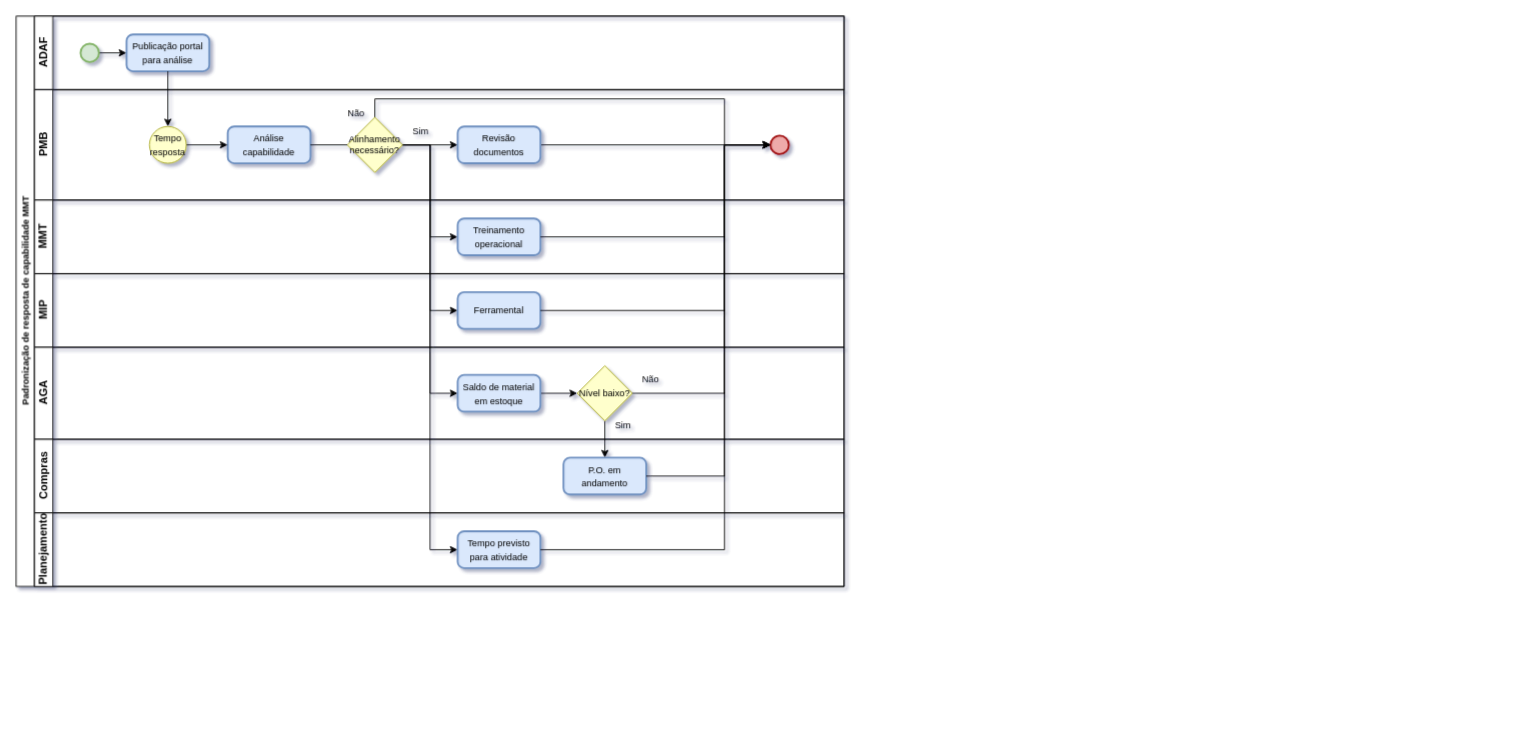
Before: Untitled Diagram.drawio in Willian-BC/Draw, a draw.io diagram. Source tidied: cells renumbered, new cells numbered last; positions are measured from the earlier drawing's top-left corner, leaving out a move shared by most shapes. Both pictures are drawn from the tidied source at 92%, with x=0, y=0 at pixel (16, 16).
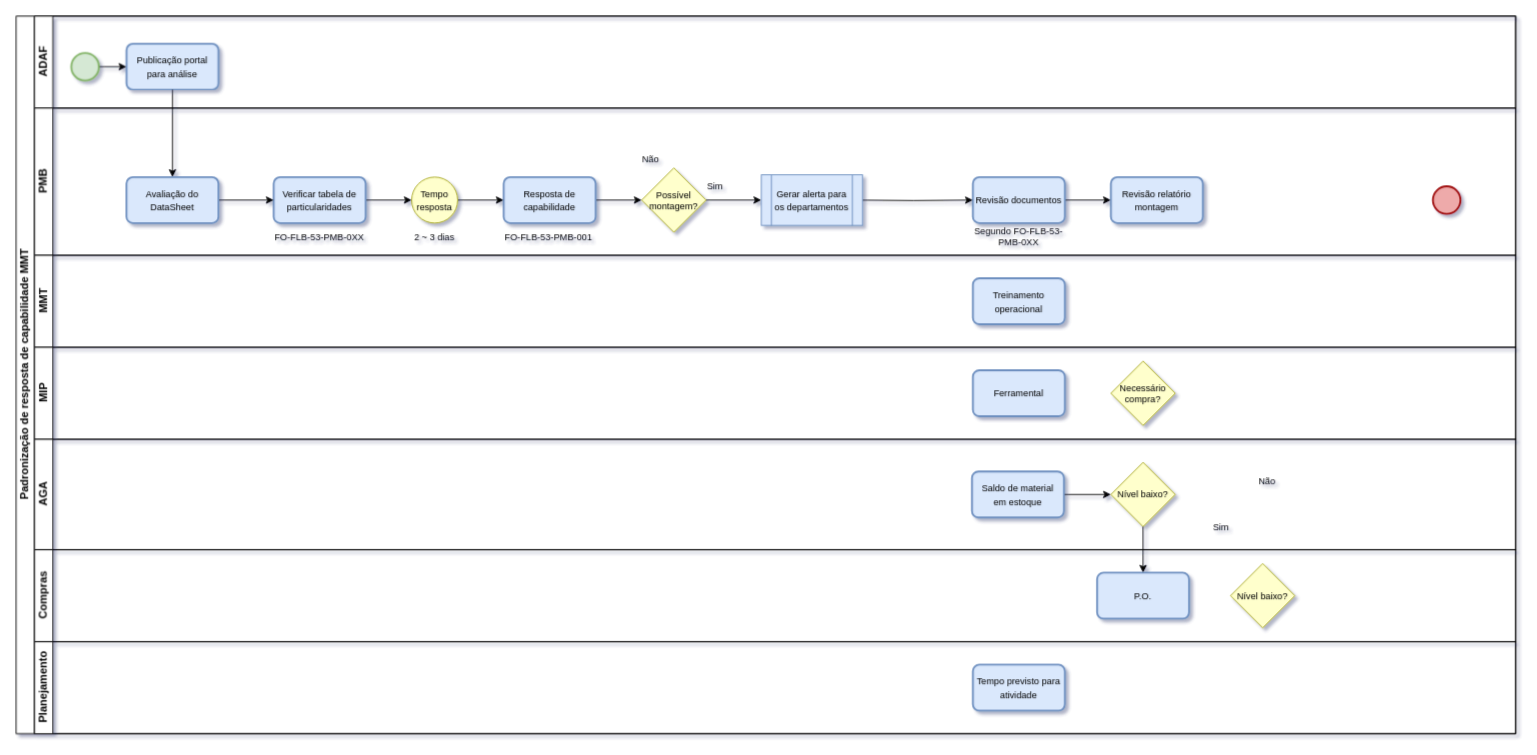
The same page after the edit.

Change to the diagram source:
```diff
@@
-    <mxCell id="2" value="Padronização de resposta de capabilidade MMT" style="swimlane;horizontal=0;startSize=20;html=1;rounded=0;fontSize=10;" parent="1" vertex="1">
-      <mxGeometry width="900" height="620" as="geometry" />
+    <mxCell id="2" value="&lt;font style=&quot;font-size: 12px;&quot;&gt;Padronização de resposta de capabilidade MMT&lt;/font&gt;" style="swimlane;horizontal=0;startSize=20;html=1;rounded=0;fontSize=10;" parent="1" vertex="1">
+      <mxGeometry width="1630" height="780" as="geometry" />
     </mxCell>
     <mxCell id="3" value="ADAF" style="swimlane;startSize=20;horizontal=0;html=1;rounded=0;" parent="2" vertex="1">
-      <mxGeometry x="20" width="880" height="80" as="geometry" />
+      <mxGeometry x="20" width="1610" height="100" as="geometry" />
     </mxCell>
@@
     <mxCell id="5" style="strokeWidth=2;html=1;shape=mxgraph.flowchart.start_2;whiteSpace=wrap;fillColor=#d5e8d4;strokeColor=#82b366;" parent="3" vertex="1">
-      <mxGeometry x="50" y="30" width="20" height="20" as="geometry" />
+      <mxGeometry x="40" y="40" width="30" height="30" as="geometry" />
     </mxCell>
     <mxCell id="6" value="&lt;span style=&quot;font-size: 10px;&quot;&gt;Publicação portal para análise&lt;br&gt;&lt;/span&gt;" style="rounded=1;whiteSpace=wrap;html=1;absoluteArcSize=1;arcSize=14;strokeWidth=2;fillColor=#dae8fc;strokeColor=#6c8ebf;" parent="3" vertex="1">
-      <mxGeometry x="100" y="20" width="90" height="40" as="geometry" />
+      <mxGeometry x="100" y="30" width="100" height="50" as="geometry" />
     </mxCell>
-    <mxCell id="7" style="edgeStyle=orthogonalEdgeStyle;rounded=0;jettySize=auto;html=1;exitX=1;exitY=0.5;exitDx=0;exitDy=0;entryX=0;entryY=0.5;entryDx=0;entryDy=0;fontSize=10;" parent="2" edge="1" source="21" target="27">
-      <mxGeometry relative="1" as="geometry" />
-    </mxCell>
-    <mxCell id="8" style="edgeStyle=orthogonalEdgeStyle;rounded=0;jettySize=auto;html=1;exitX=1;exitY=0.5;exitDx=0;exitDy=0;entryX=0;entryY=0.5;entryDx=0;entryDy=0;fontSize=10;" parent="2" edge="1" source="21" target="29">
-      <mxGeometry relative="1" as="geometry" />
-    </mxCell>
-    <mxCell id="9" style="edgeStyle=orthogonalEdgeStyle;rounded=0;jettySize=auto;html=1;exitX=1;exitY=0.5;exitDx=0;exitDy=0;entryX=0;entryY=0.5;entryDx=0;entryDy=0;fontSize=10;" parent="2" edge="1" source="21" target="32">
-      <mxGeometry relative="1" as="geometry" />
-    </mxCell>
-    <mxCell id="10" style="edgeStyle=orthogonalEdgeStyle;rounded=0;jettySize=auto;html=1;exitX=1;exitY=0.5;exitDx=0;exitDy=0;entryX=0;entryY=0.5;entryDx=0;entryDy=0;fontSize=10;" parent="2" edge="1" source="21" target="39">
-      <mxGeometry relative="1" as="geometry" />
-    </mxCell>
-    <mxCell id="11" style="edgeStyle=orthogonalEdgeStyle;rounded=0;jettySize=auto;html=1;exitX=0.5;exitY=1;exitDx=0;exitDy=0;entryX=0.5;entryY=0;entryDx=0;entryDy=0;fontSize=10;" parent="2" edge="1" source="6" target="19">
+    <mxCell id="11" style="edgeStyle=orthogonalEdgeStyle;rounded=0;jettySize=auto;html=1;exitX=0.5;exitY=1;exitDx=0;exitDy=0;fontSize=10;entryX=0.5;entryY=0;entryDx=0;entryDy=0;" parent="2" edge="1" source="6" target="51">
       <mxGeometry relative="1" as="geometry" />
     </mxCell>
-    <mxCell id="12" style="edgeStyle=orthogonalEdgeStyle;rounded=0;jettySize=auto;html=1;exitX=0.5;exitY=1;exitDx=0;exitDy=0;entryX=0.5;entryY=0;entryDx=0;entryDy=0;fontSize=10;" parent="2" edge="1" source="33" target="37">
-      <mxGeometry relative="1" as="geometry" />
-    </mxCell>
     <mxCell id="13" value="PMB" style="swimlane;startSize=20;horizontal=0;html=1;rounded=0;" parent="2" vertex="1">
-      <mxGeometry x="20" y="80" width="880" height="120" as="geometry" />
+      <mxGeometry x="20" y="100" width="1610" height="160" as="geometry" />
     </mxCell>
-    <mxCell id="14" style="edgeStyle=orthogonalEdgeStyle;rounded=0;jettySize=auto;html=1;exitX=1;exitY=0.5;exitDx=0;exitDy=0;entryX=0;entryY=0.5;entryDx=0;entryDy=0;fontSize=10;startArrow=none;" parent="13" edge="1" source="21" target="17">
-      <mxGeometry relative="1" as="geometry" />
+    <mxCell id="14" style="edgeStyle=orthogonalEdgeStyle;rounded=0;jettySize=auto;html=1;entryX=0;entryY=0.5;entryDx=0;entryDy=0;fontSize=10;startArrow=none;exitX=1;exitY=0.5;exitDx=0;exitDy=0;" parent="13" edge="1" target="17">
+      <mxGeometry relative="1" as="geometry">
+        <mxPoint x="890" y="100" as="sourcePoint" />
+      </mxGeometry>
     </mxCell>
-    <mxCell id="15" value="&lt;font style=&quot;font-size: 10px;&quot;&gt;Análise capabilidade&lt;/font&gt;" style="rounded=1;whiteSpace=wrap;html=1;absoluteArcSize=1;arcSize=14;strokeWidth=2;fillColor=#dae8fc;strokeColor=#6c8ebf;" parent="13" vertex="1">
-      <mxGeometry x="210" y="40" width="90" height="40" as="geometry" />
-    </mxCell>
-    <mxCell id="16" style="edgeStyle=orthogonalEdgeStyle;rounded=0;jettySize=auto;html=1;exitX=1;exitY=0.5;exitDx=0;exitDy=0;entryX=0;entryY=0.5;entryDx=0;entryDy=0;entryPerimeter=0;fontSize=10;" parent="13" edge="1" source="17" target="24">
-      <mxGeometry relative="1" as="geometry" />
-    </mxCell>
+    <mxCell id="45" style="edgeStyle=orthogonalEdgeStyle;rounded=0;jettySize=auto;html=1;exitX=1;exitY=0.5;exitDx=0;exitDy=0;entryX=0;entryY=0.5;entryDx=0;entryDy=0;" parent="13" edge="1" source="17" target="47">
+      <mxGeometry relative="1" as="geometry" />
+    </mxCell>
     <mxCell id="17" value="&lt;font style=&quot;font-size: 10px;&quot;&gt;Revisão documentos&lt;/font&gt;" style="rounded=1;whiteSpace=wrap;html=1;absoluteArcSize=1;arcSize=14;strokeWidth=2;fillColor=#dae8fc;strokeColor=#6c8ebf;" parent="13" vertex="1">
-      <mxGeometry x="460" y="40" width="90" height="40" as="geometry" />
+      <mxGeometry x="1020" y="75" width="100" height="50" as="geometry" />
     </mxCell>
+    <mxCell id="46" style="edgeStyle=orthogonalEdgeStyle;rounded=0;jettySize=auto;html=1;exitX=1;exitY=0.5;exitDx=0;exitDy=0;entryX=0;entryY=0.5;entryDx=0;entryDy=0;" parent="13" edge="1" source="21" target="55">
+      <mxGeometry relative="1" as="geometry" />
+    </mxCell>
+    <mxCell id="21" value="Possível montagem?" style="rhombus;whiteSpace=wrap;html=1;strokeColor=#a6a61d;fontSize=10;fillColor=#ffffcc;" parent="13" vertex="1">
+      <mxGeometry x="660" y="65" width="70" height="70" as="geometry" />
+    </mxCell>
+    <mxCell id="24" style="strokeWidth=2;html=1;shape=mxgraph.flowchart.start_2;whiteSpace=wrap;fillColor=#eeaaaa;strokeColor=#9f0d0d;" parent="13" vertex="1">
+      <mxGeometry x="1520" y="85" width="30" height="30" as="geometry" />
+    </mxCell>
+    <mxCell id="25" value="Não" style="text;html=1;strokeColor=none;fillColor=none;align=center;verticalAlign=middle;whiteSpace=wrap;rounded=0;fontSize=10;" parent="13" vertex="1">
+      <mxGeometry x="640" y="40" width="60" height="30" as="geometry" />
+    </mxCell>
+    <mxCell id="47" value="&lt;font style=&quot;font-size: 10px;&quot;&gt;Revisão relatório montagem&lt;/font&gt;" style="rounded=1;whiteSpace=wrap;html=1;absoluteArcSize=1;arcSize=14;strokeWidth=2;fillColor=#dae8fc;strokeColor=#6c8ebf;" parent="13" vertex="1">
+      <mxGeometry x="1170" y="75" width="100" height="50" as="geometry" />
+    </mxCell>
+    <mxCell id="48" style="edgeStyle=orthogonalEdgeStyle;rounded=0;jettySize=auto;html=1;exitX=1;exitY=0.5;exitDx=0;exitDy=0;entryX=0;entryY=0.5;entryDx=0;entryDy=0;" parent="13" edge="1" source="49" target="19">
+      <mxGeometry relative="1" as="geometry" />
+    </mxCell>
+    <mxCell id="49" value="&lt;font style=&quot;font-size: 10px;&quot;&gt;Verificar tabela de particularidades&lt;/font&gt;" style="rounded=1;whiteSpace=wrap;html=1;absoluteArcSize=1;arcSize=14;strokeWidth=2;fillColor=#dae8fc;strokeColor=#6c8ebf;" parent="13" vertex="1">
+      <mxGeometry x="260" y="75" width="100" height="50" as="geometry" />
+    </mxCell>
+    <mxCell id="50" style="edgeStyle=orthogonalEdgeStyle;rounded=0;jettySize=auto;html=1;exitX=1;exitY=0.5;exitDx=0;exitDy=0;entryX=0;entryY=0.5;entryDx=0;entryDy=0;" parent="13" edge="1" source="51" target="49">
+      <mxGeometry relative="1" as="geometry" />
+    </mxCell>
+    <mxCell id="51" value="&lt;span style=&quot;font-size: 10px;&quot;&gt;Avaliação do DataSheet&lt;/span&gt;" style="rounded=1;whiteSpace=wrap;html=1;absoluteArcSize=1;arcSize=14;strokeWidth=2;fillColor=#dae8fc;strokeColor=#6c8ebf;" parent="13" vertex="1">
+      <mxGeometry x="100" y="75" width="100" height="50" as="geometry" />
+    </mxCell>
-    <mxCell id="18" style="edgeStyle=orthogonalEdgeStyle;rounded=0;jettySize=auto;html=1;exitX=1;exitY=0.5;exitDx=0;exitDy=0;entryX=0;entryY=0.5;entryDx=0;entryDy=0;fontSize=10;" parent="13" edge="1" source="19" target="15">
+    <mxCell id="18" style="edgeStyle=orthogonalEdgeStyle;rounded=0;jettySize=auto;html=1;exitX=1;exitY=0.5;exitDx=0;exitDy=0;entryX=0;entryY=0.5;entryDx=0;entryDy=0;" parent="13" edge="1" source="19" target="15">
       <mxGeometry relative="1" as="geometry" />
     </mxCell>
     <mxCell id="19" value="&lt;font style=&quot;font-size: 10px;&quot;&gt;Tempo resposta&lt;/font&gt;" style="ellipse;whiteSpace=wrap;html=1;fillColor=#ffffcc;strokeColor=#a6a61d;" parent="13" vertex="1">
-      <mxGeometry x="125" y="40" width="40" height="40" as="geometry" />
+      <mxGeometry x="410" y="75" width="50" height="50" as="geometry" />
     </mxCell>
-    <mxCell id="20" style="edgeStyle=orthogonalEdgeStyle;rounded=0;jettySize=auto;html=1;exitX=0.5;exitY=0;exitDx=0;exitDy=0;fontSize=10;entryX=0;entryY=0.5;entryDx=0;entryDy=0;entryPerimeter=0;" parent="13" edge="1" source="21" target="24">
-      <mxGeometry relative="1" as="geometry">
-        <Array as="points">
-          <mxPoint x="370" y="10" />
-          <mxPoint x="750" y="10" />
-          <mxPoint x="750" y="60" />
-        </Array>
-      </mxGeometry>
-    </mxCell>
-    <mxCell id="21" value="Alinhamento necessário?" style="rhombus;whiteSpace=wrap;html=1;strokeColor=#a6a61d;fontSize=10;fillColor=#ffffcc;" parent="13" vertex="1">
-      <mxGeometry x="340" y="30" width="60" height="60" as="geometry" />
-    </mxCell>
-    <mxCell id="22" style="edgeStyle=orthogonalEdgeStyle;rounded=0;jettySize=auto;html=1;exitX=1;exitY=0.5;exitDx=0;exitDy=0;entryX=0;entryY=0.5;entryDx=0;entryDy=0;fontSize=10;endArrow=none;" parent="13" edge="1" source="15" target="21">
+    <mxCell id="22" style="edgeStyle=orthogonalEdgeStyle;rounded=0;jettySize=auto;html=1;exitX=1;exitY=0.5;exitDx=0;exitDy=0;entryX=0;entryY=0.5;entryDx=0;entryDy=0;" parent="13" edge="1" source="15" target="21">
       <mxGeometry relative="1" as="geometry" />
     </mxCell>
+    <mxCell id="15" value="&lt;font style=&quot;font-size: 10px;&quot;&gt;Resposta de capabilidade&lt;/font&gt;" style="rounded=1;whiteSpace=wrap;html=1;absoluteArcSize=1;arcSize=14;strokeWidth=2;fillColor=#dae8fc;strokeColor=#6c8ebf;" parent="13" vertex="1">
+      <mxGeometry x="510" y="75" width="100" height="50" as="geometry" />
+    </mxCell>
     <mxCell id="23" value="Sim" style="text;html=1;strokeColor=none;fillColor=none;align=center;verticalAlign=middle;whiteSpace=wrap;rounded=0;fontSize=10;" parent="13" vertex="1">
-      <mxGeometry x="390" y="30" width="60" height="30" as="geometry" />
+      <mxGeometry x="710" y="70" width="60" height="30" as="geometry" />
     </mxCell>
-    <mxCell id="24" style="strokeWidth=2;html=1;shape=mxgraph.flowchart.start_2;whiteSpace=wrap;fillColor=#eeaaaa;strokeColor=#9f0d0d;" parent="13" vertex="1">
-      <mxGeometry x="800" y="50" width="20" height="20" as="geometry" />
-    </mxCell>
-    <mxCell id="25" value="Não" style="text;html=1;strokeColor=none;fillColor=none;align=center;verticalAlign=middle;whiteSpace=wrap;rounded=0;fontSize=10;" parent="13" vertex="1">
-      <mxGeometry x="320" y="10" width="60" height="30" as="geometry" />
-    </mxCell>
+    <mxCell id="52" value="FO-FLB-53-PMB-0XX" style="text;html=1;strokeColor=none;fillColor=none;align=center;verticalAlign=middle;whiteSpace=wrap;rounded=0;fontSize=10;" parent="13" vertex="1">
+      <mxGeometry x="260" y="125" width="100" height="30" as="geometry" />
+    </mxCell>
+    <mxCell id="53" value="2 ~ 3 dias" style="text;html=1;strokeColor=none;fillColor=none;align=center;verticalAlign=middle;whiteSpace=wrap;rounded=0;fontSize=10;" parent="13" vertex="1">
+      <mxGeometry x="405" y="125" width="60" height="30" as="geometry" />
+    </mxCell>
+    <mxCell id="54" value="FO-FLB-53-PMB-001" style="text;html=1;strokeColor=none;fillColor=none;align=center;verticalAlign=middle;whiteSpace=wrap;rounded=0;fontSize=10;" parent="13" vertex="1">
+      <mxGeometry x="509" y="125" width="100" height="30" as="geometry" />
+    </mxCell>
+    <mxCell id="55" value="&lt;span style=&quot;font-size: 10px;&quot;&gt;Gerar alerta para os departamentos&lt;/span&gt;" style="shape=process;whiteSpace=wrap;html=1;backgroundOutline=1;fillColor=#DAE8FC;strokeColor=#6C8EBF;" parent="13" vertex="1">
+      <mxGeometry x="790" y="72.5" width="110" height="55" as="geometry" />
+    </mxCell>
+    <mxCell id="56" value="Segundo FO-FLB-53-PMB-0XX" style="text;html=1;strokeColor=none;fillColor=none;align=center;verticalAlign=middle;whiteSpace=wrap;rounded=0;fontSize=10;" parent="13" vertex="1">
+      <mxGeometry x="1020" y="125" width="100" height="30" as="geometry" />
+    </mxCell>
     <mxCell id="26" value="MMT" style="swimlane;startSize=20;horizontal=0;html=1;rounded=0;" parent="2" vertex="1">
-      <mxGeometry x="20" y="200" width="880" height="80" as="geometry" />
+      <mxGeometry x="20" y="260" width="1610" height="100" as="geometry" />
     </mxCell>
     <mxCell id="27" value="&lt;font style=&quot;font-size: 10px;&quot;&gt;Treinamento operacional&lt;/font&gt;" style="rounded=1;whiteSpace=wrap;html=1;absoluteArcSize=1;arcSize=14;strokeWidth=2;fillColor=#dae8fc;strokeColor=#6c8ebf;" parent="26" vertex="1">
-      <mxGeometry x="460" y="20" width="90" height="40" as="geometry" />
+      <mxGeometry x="1020" y="25" width="100" height="50" as="geometry" />
     </mxCell>
     <mxCell id="28" value="MIP" style="swimlane;startSize=20;horizontal=0;html=1;rounded=0;" parent="2" vertex="1">
-      <mxGeometry x="20" y="280" width="880" height="80" as="geometry" />
+      <mxGeometry x="20" y="360" width="1610" height="100" as="geometry" />
     </mxCell>
     <mxCell id="29" value="&lt;font style=&quot;font-size: 10px;&quot;&gt;Ferramental&lt;/font&gt;" style="rounded=1;whiteSpace=wrap;html=1;absoluteArcSize=1;arcSize=14;strokeWidth=2;fillColor=#dae8fc;strokeColor=#6c8ebf;" parent="28" vertex="1">
-      <mxGeometry x="460" y="20" width="90" height="40" as="geometry" />
+      <mxGeometry x="1020" y="25" width="100" height="50" as="geometry" />
     </mxCell>
+    <mxCell id="57" value="Necessário compra?" style="rhombus;whiteSpace=wrap;html=1;strokeColor=#a6a61d;fontSize=10;fillColor=#ffffcc;" parent="28" vertex="1">
+      <mxGeometry x="1170" y="15" width="70" height="70" as="geometry" />
+    </mxCell>
     <mxCell id="30" value="AGA" style="swimlane;startSize=20;horizontal=0;html=1;rounded=0;" parent="2" vertex="1">
-      <mxGeometry x="20" y="360" width="880" height="100" as="geometry" />
+      <mxGeometry x="20" y="460" width="1610" height="120" as="geometry" />
     </mxCell>
@@
-    <mxCell id="32" value="&lt;font style=&quot;font-size: 10px;&quot;&gt;Saldo de material em estoque&lt;/font&gt;" style="rounded=1;whiteSpace=wrap;html=1;absoluteArcSize=1;arcSize=14;strokeWidth=2;fillColor=#dae8fc;strokeColor=#6c8ebf;" parent="30" vertex="1">
-      <mxGeometry x="460" y="30" width="90" height="40" as="geometry" />
+    <mxCell id="32" value="&lt;font style=&quot;font-size: 10px;&quot;&gt;Saldo de material &lt;br&gt;em estoque&lt;/font&gt;" style="rounded=1;whiteSpace=wrap;html=1;absoluteArcSize=1;arcSize=14;strokeWidth=2;fillColor=#dae8fc;strokeColor=#6c8ebf;" parent="30" vertex="1">
+      <mxGeometry x="1019" y="35" width="100" height="50" as="geometry" />
     </mxCell>
     <mxCell id="33" value="Nível baixo?" style="rhombus;whiteSpace=wrap;html=1;strokeColor=#a6a61d;fontSize=10;fillColor=#ffffcc;" parent="30" vertex="1">
-      <mxGeometry x="590" y="20" width="60" height="60" as="geometry" />
+      <mxGeometry x="1170" y="25" width="70" height="70" as="geometry" />
     </mxCell>
     <mxCell id="34" value="Não" style="text;html=1;strokeColor=none;fillColor=none;align=center;verticalAlign=middle;whiteSpace=wrap;rounded=0;fontSize=10;" parent="30" vertex="1">
-      <mxGeometry x="640" y="20" width="60" height="30" as="geometry" />
+      <mxGeometry x="1310" y="30" width="60" height="30" as="geometry" />
     </mxCell>
     <mxCell id="35" value="Sim" style="text;html=1;strokeColor=none;fillColor=none;align=center;verticalAlign=middle;whiteSpace=wrap;rounded=0;fontSize=10;" parent="30" vertex="1">
-      <mxGeometry x="610" y="70" width="60" height="30" as="geometry" />
+      <mxGeometry x="1260" y="80" width="60" height="30" as="geometry" />
     </mxCell>
+    <mxCell id="12" style="edgeStyle=orthogonalEdgeStyle;rounded=0;jettySize=auto;html=1;exitX=0.5;exitY=1;exitDx=0;exitDy=0;entryX=0.5;entryY=0;entryDx=0;entryDy=0;fontSize=10;" parent="2" edge="1" source="33" target="37">
+      <mxGeometry relative="1" as="geometry" />
+    </mxCell>
     <mxCell id="36" value="Compras" style="swimlane;startSize=20;horizontal=0;html=1;rounded=0;" parent="2" vertex="1">
-      <mxGeometry x="20" y="460" width="880" height="80" as="geometry" />
+      <mxGeometry x="20" y="580" width="1610" height="100" as="geometry" />
     </mxCell>
-    <mxCell id="37" value="&lt;span style=&quot;font-size: 10px;&quot;&gt;P.O. em andamento&lt;/span&gt;" style="rounded=1;whiteSpace=wrap;html=1;absoluteArcSize=1;arcSize=14;strokeWidth=2;fillColor=#dae8fc;strokeColor=#6c8ebf;" parent="36" vertex="1">
-      <mxGeometry x="575" y="20" width="90" height="40" as="geometry" />
+    <mxCell id="37" value="&lt;span style=&quot;font-size: 10px;&quot;&gt;P.O.&lt;/span&gt;" style="rounded=1;whiteSpace=wrap;html=1;absoluteArcSize=1;arcSize=14;strokeWidth=2;fillColor=#dae8fc;strokeColor=#6c8ebf;" parent="36" vertex="1">
+      <mxGeometry x="1155" y="25" width="100" height="50" as="geometry" />
     </mxCell>
+    <mxCell id="58" value="Nível baixo?" style="rhombus;whiteSpace=wrap;html=1;strokeColor=#a6a61d;fontSize=10;fillColor=#ffffcc;" parent="36" vertex="1">
+      <mxGeometry x="1300" y="15" width="70" height="70" as="geometry" />
+    </mxCell>
     <mxCell id="38" value="Planejamento" style="swimlane;startSize=20;horizontal=0;html=1;rounded=0;" parent="2" vertex="1">
-      <mxGeometry x="20" y="540" width="880" height="80" as="geometry" />
+      <mxGeometry x="20" y="680" width="1610" height="100" as="geometry" />
     </mxCell>
     <mxCell id="39" value="&lt;span style=&quot;font-size: 10px;&quot;&gt;Tempo previsto para atividade&lt;/span&gt;" style="rounded=1;whiteSpace=wrap;html=1;absoluteArcSize=1;arcSize=14;strokeWidth=2;fillColor=#dae8fc;strokeColor=#6c8ebf;" parent="38" vertex="1">
-      <mxGeometry x="460" y="20" width="90" height="40" as="geometry" />
+      <mxGeometry x="1020" y="25" width="100" height="50" as="geometry" />
     </mxCell>
-    <mxCell id="40" style="edgeStyle=orthogonalEdgeStyle;rounded=0;jettySize=auto;html=1;exitX=1;exitY=0.5;exitDx=0;exitDy=0;entryX=0;entryY=0.5;entryDx=0;entryDy=0;entryPerimeter=0;fontSize=10;" parent="2" edge="1" source="27" target="24">
-      <mxGeometry relative="1" as="geometry">
-        <Array as="points">
-          <mxPoint x="770" y="240" />
-          <mxPoint x="770" y="140" />
-        </Array>
-      </mxGeometry>
-    </mxCell>
-    <mxCell id="41" style="edgeStyle=orthogonalEdgeStyle;rounded=0;jettySize=auto;html=1;exitX=1;exitY=0.5;exitDx=0;exitDy=0;entryX=0;entryY=0.5;entryDx=0;entryDy=0;entryPerimeter=0;fontSize=10;" parent="2" edge="1" source="29" target="24">
-      <mxGeometry relative="1" as="geometry">
-        <Array as="points">
-          <mxPoint x="770" y="320" />
-          <mxPoint x="770" y="140" />
-        </Array>
-      </mxGeometry>
-    </mxCell>
-    <mxCell id="42" style="edgeStyle=orthogonalEdgeStyle;rounded=0;jettySize=auto;html=1;exitX=1;exitY=0.5;exitDx=0;exitDy=0;fontSize=10;entryX=0;entryY=0.5;entryDx=0;entryDy=0;entryPerimeter=0;" parent="2" edge="1" source="33" target="24">
-      <mxGeometry relative="1" as="geometry">
-        <Array as="points">
-          <mxPoint x="770" y="410" />
-          <mxPoint x="770" y="140" />
-        </Array>
-      </mxGeometry>
-    </mxCell>
-    <mxCell id="43" style="edgeStyle=orthogonalEdgeStyle;rounded=0;jettySize=auto;html=1;exitX=1;exitY=0.5;exitDx=0;exitDy=0;fontSize=10;entryX=0;entryY=0.5;entryDx=0;entryDy=0;entryPerimeter=0;" parent="2" edge="1" source="37" target="24">
-      <mxGeometry relative="1" as="geometry">
-        <Array as="points">
-          <mxPoint x="770" y="500" />
-          <mxPoint x="770" y="140" />
-        </Array>
-      </mxGeometry>
-    </mxCell>
-    <mxCell id="44" style="edgeStyle=orthogonalEdgeStyle;rounded=0;jettySize=auto;html=1;exitX=1;exitY=0.5;exitDx=0;exitDy=0;fontSize=10;entryX=0;entryY=0.5;entryDx=0;entryDy=0;entryPerimeter=0;" parent="2" edge="1" source="39" target="24">
-      <mxGeometry relative="1" as="geometry">
-        <Array as="points">
-          <mxPoint x="770" y="580" />
-          <mxPoint x="770" y="140" />
-        </Array>
-      </mxGeometry>
-    </mxCell>
```
